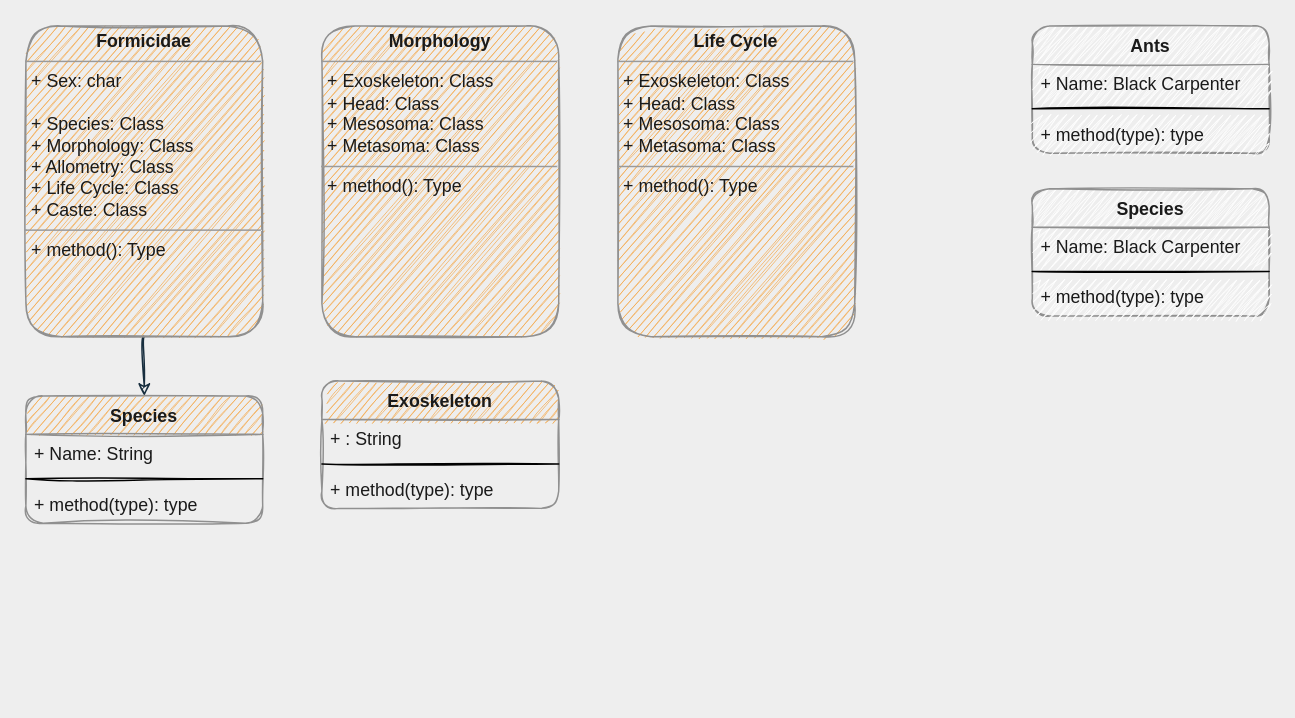
The draw.io diagram CSCS2420_Java/AntColony/ant_class_diagram.drawio in AshBC91/CCC-projects-portfolio, before the edit. Source tidied: cells renumbered, new cells numbered last; positions are measured from the earlier drawing's top-left corner, leaving out a move shared by most shapes. Both pictures are drawn from the tidied source at 148%, with x=0, y=0 at pixel (25, 25).
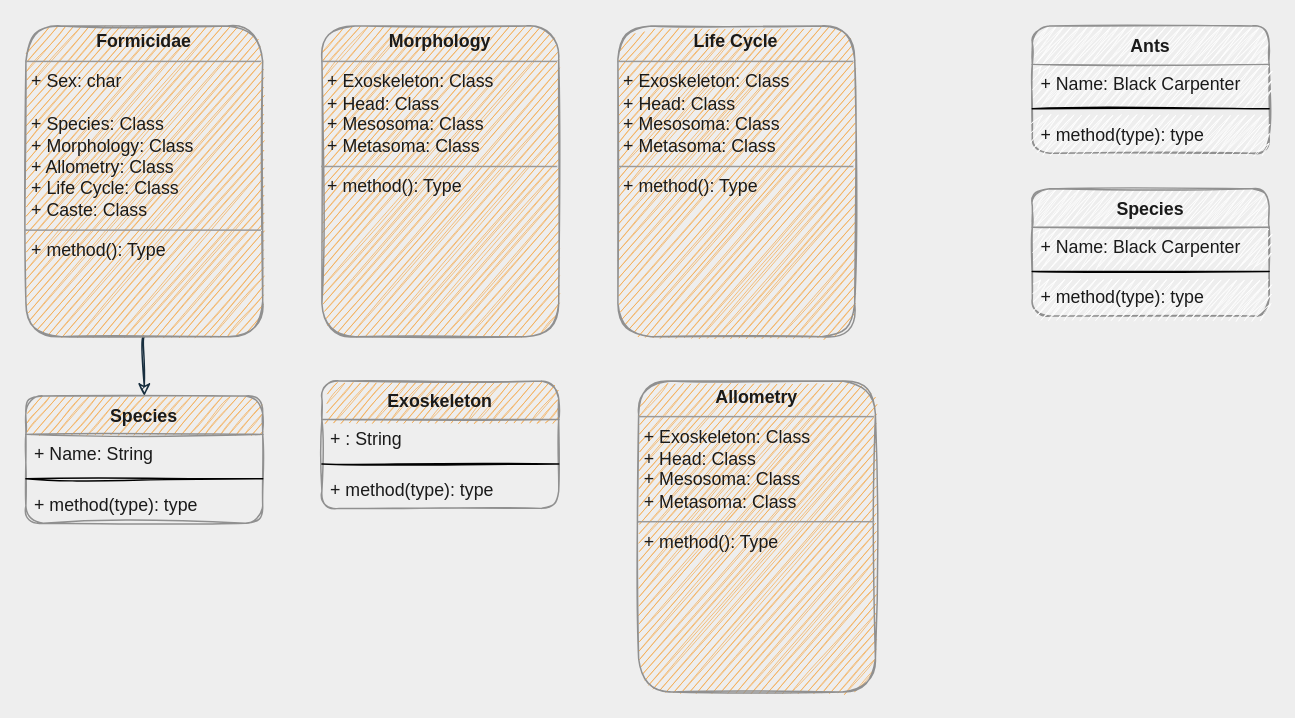
Above is the later version.

Change to the diagram source:
```diff
@@
+    <mxCell id="22" value="&lt;p style=&quot;margin: 0px ; margin-top: 4px ; text-align: center&quot;&gt;&lt;b&gt;Allometry&lt;/b&gt;&lt;/p&gt;&lt;hr size=&quot;1&quot;&gt;&lt;p style=&quot;margin: 0px ; margin-left: 4px&quot;&gt;+ Exoskeleton: Class&lt;/p&gt;&lt;p style=&quot;margin: 0px ; margin-left: 4px&quot;&gt;+ Head: Class&lt;/p&gt;&lt;p style=&quot;margin: 0px ; margin-left: 4px&quot;&gt;+ Mesosoma: Class&lt;/p&gt;&lt;p style=&quot;margin: 0px ; margin-left: 4px&quot;&gt;+ Metasoma: Class&lt;/p&gt;&lt;hr size=&quot;1&quot;&gt;&lt;p style=&quot;margin: 0px ; margin-left: 4px&quot;&gt;+ method(): Type&lt;/p&gt;" style="verticalAlign=top;align=left;overflow=fill;fontSize=12;fontFamily=Helvetica;html=1;rounded=1;fillColor=#F5AB50;strokeColor=#909090;fontColor=#1A1A1A;sketch=1;fillStyle=auto;arcSize=14;" parent="1" vertex="1">
+      <mxGeometry x="414" y="240" width="160" height="210" as="geometry" />
+    </mxCell>
```
